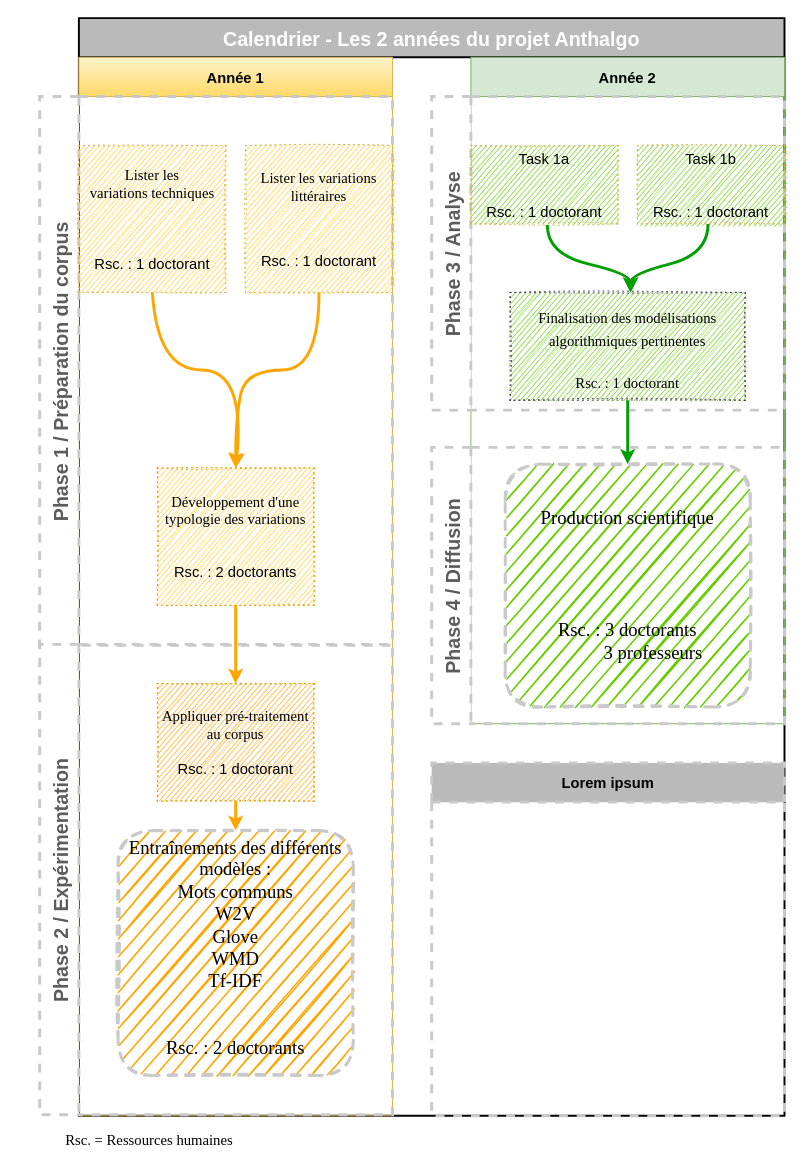
Earlier version of the draw.io diagram Untitled Diagram.drawio (RochDLY/drawAAP). Source tidied: cells renumbered, new cells numbered last; positions are measured from the earlier drawing's top-left corner, leaving out a move shared by most shapes. Both pictures are drawn from the tidied source at 98%, with x=0, y=0 at pixel (17, 18).
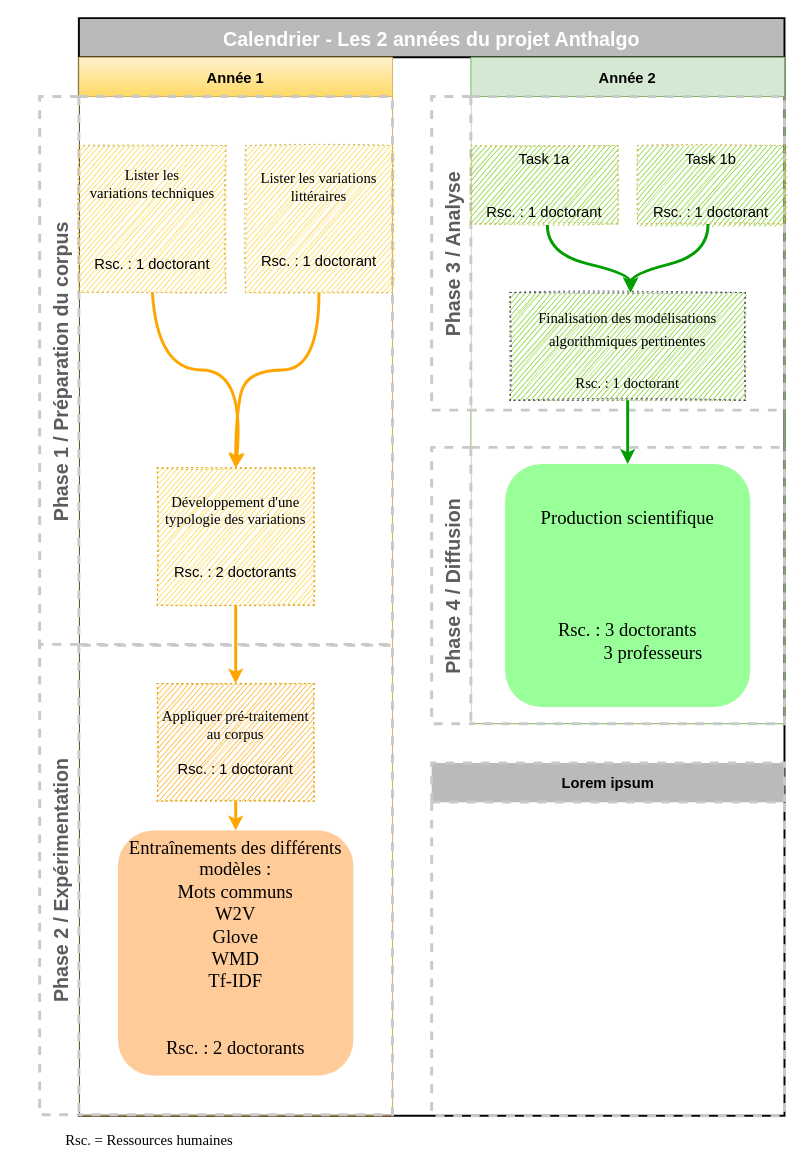
Above is the later version.

The change refers to these unchanged cells:
```xml
<mxCell id="18" value="Phase 4 / Diffusion" style="swimlane;horizontal=0;dashed=1;startSize=40;fontSize=20;strokeWidth=3;strokeColor=#C9C9C9;fontColor=#5C5C5C;" parent="2" vertex="1">
  <mxGeometry x="360" y="438" width="360" height="282" as="geometry" />
</mxCell>
<mxCell id="23" value="Phase 2 / Expérimentation" style="swimlane;horizontal=0;dashed=1;startSize=40;fontSize=20;strokeWidth=3;strokeColor=#C9C9C9;fontColor=#5C5C5C;" parent="1" vertex="1">
  <mxGeometry x="23" y="639" width="360" height="480" as="geometry" />
</mxCell>
```

What changed in the source:
```diff
@@
-    <mxCell id="19" style="rounded=1;whiteSpace=wrap;html=1;dashed=1;fontFamily=Garamond;fontSize=20;fontColor=#FFFFFF;strokeColor=#C9C9C9;strokeWidth=3;fillColor=#66CC00;gradientColor=none;sketch=1;" parent="18" vertex="1">
+    <mxCell id="19" style="rounded=1;whiteSpace=wrap;html=1;dashed=1;fontFamily=Garamond;fontSize=20;fontColor=#FFFFFF;strokeColor=#C9C9C9;strokeWidth=0;fillColor=#99FF99;gradientColor=none;sketch=0;" parent="18" vertex="1">
       <mxGeometry x="75" y="17" width="250" height="248" as="geometry" />
     </mxCell>
@@
-    <mxCell id="26" style="rounded=1;whiteSpace=wrap;html=1;dashed=1;fontFamily=Garamond;fontSize=20;fontColor=#FFFFFF;strokeColor=#C9C9C9;strokeWidth=3;fillColor=#FFA500;gradientColor=none;sketch=1;align=center;" parent="23" vertex="1">
+    <mxCell id="26" style="rounded=1;whiteSpace=wrap;html=1;dashed=1;fontFamily=Garamond;fontSize=20;fontColor=#FFFFFF;strokeColor=#C9C9C9;strokeWidth=0;fillColor=#FFCC99;gradientColor=none;sketch=0;align=center;" parent="23" vertex="1">
       <mxGeometry x="80" y="190" width="240" height="250" as="geometry" />
     </mxCell>
```
